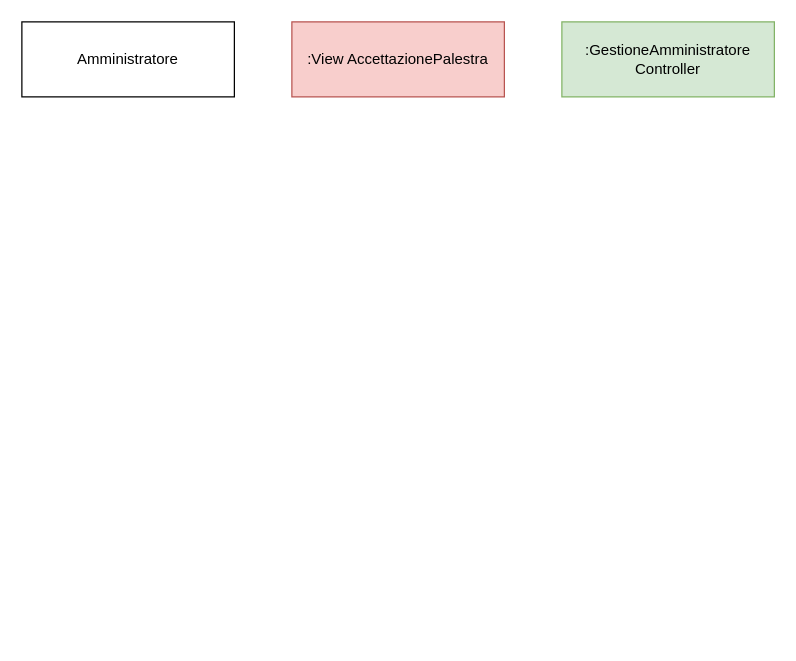
The draw.io diagram Diagrammi_Package/Interazione/Accettazione_Palestra.drawio in JosephBoom02/Progetto_Ingegneria_del_Software, before the edit. Source tidied: cells renumbered, new cells numbered last; positions are measured from the earlier drawing's top-left corner, leaving out a move shared by most shapes. Both pictures are drawn from the tidied source at 125%, with x=0, y=0 at pixel (21, 21).
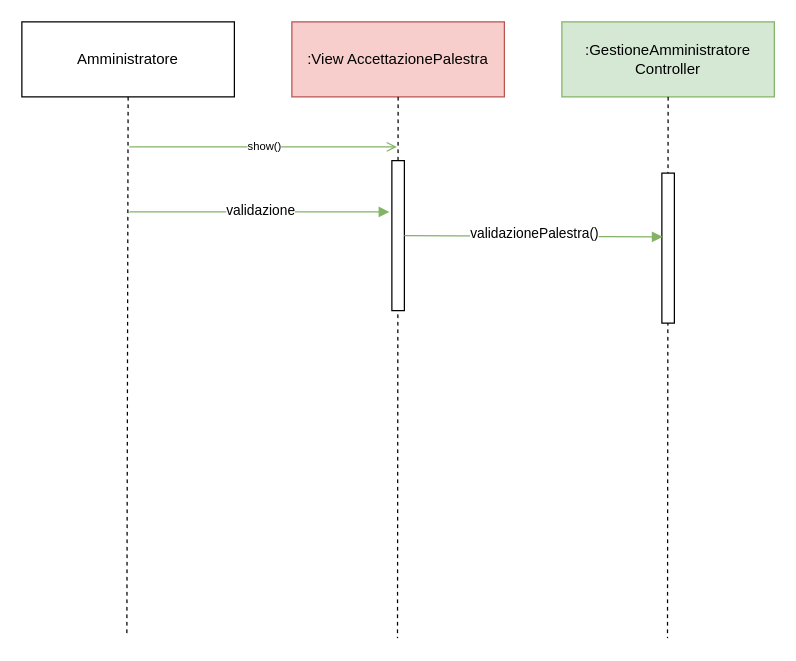
The same page after the edit.

Unchanged cells that the change refers to:
```xml
<mxCell id="2" value=":View AccettazionePalestra" style="rounded=0;whiteSpace=wrap;html=1;fillColor=#f8cecc;strokeColor=#b85450;" parent="1" vertex="1">
  <mxGeometry x="216" width="170" height="60" as="geometry" />
</mxCell>
<mxCell id="3" value="Amministratore" style="rounded=0;whiteSpace=wrap;html=1;" parent="1" vertex="1">
  <mxGeometry width="170" height="60" as="geometry" />
</mxCell>
<mxCell id="4" value=":GestioneAmministratore Controller" style="rounded=0;whiteSpace=wrap;html=1;fillColor=#d5e8d4;strokeColor=#82b366;" parent="1" vertex="1">
  <mxGeometry x="432" width="170" height="60" as="geometry" />
</mxCell>
```

What changed in the source:
```diff
@@
+    <mxCell id="5" style="endArrow=none;dashed=1;html=1;rounded=0;exitX=0.5;exitY=1;exitDx=0;exitDy=0;" parent="1" edge="1" source="3">
+      <mxGeometry relative="1" as="geometry">
+        <mxPoint x="84" y="489" as="targetPoint" />
+      </mxGeometry>
+    </mxCell>
+    <mxCell id="6" style="endArrow=none;dashed=1;html=1;rounded=0;exitX=0.5;exitY=1;exitDx=0;exitDy=0;" parent="1" edge="1" source="2">
+      <mxGeometry relative="1" as="geometry">
+        <mxPoint x="300.5" y="493" as="targetPoint" />
+      </mxGeometry>
+    </mxCell>
+    <mxCell id="7" style="endArrow=none;dashed=1;html=1;rounded=0;exitX=0.5;exitY=1;exitDx=0;exitDy=0;" parent="1" edge="1" source="4">
+      <mxGeometry relative="1" as="geometry">
+        <mxPoint x="516.5" y="493" as="targetPoint" />
+      </mxGeometry>
+    </mxCell>
+    <mxCell id="8" style="endArrow=open;html=1;rounded=0;endFill=0;fillColor=#d5e8d4;strokeColor=#82b366;" parent="1" edge="1">
+      <mxGeometry relative="1" as="geometry">
+        <mxPoint x="86" y="100" as="sourcePoint" />
+        <mxPoint x="300" y="100" as="targetPoint" />
+      </mxGeometry>
+    </mxCell>
+    <mxCell id="9" value="&lt;font style=&quot;font-size: 9px;&quot;&gt;show()&lt;/font&gt;" style="edgeLabel;html=1;align=center;verticalAlign=middle;" parent="8" vertex="1">
+      <mxGeometry y="2" relative="1" as="geometry" />
+    </mxCell>
+    <mxCell id="10" style="rounded=0;whiteSpace=wrap;html=1;rotation=90;" parent="1" vertex="1">
+      <mxGeometry x="241" y="166" width="120" height="10" as="geometry" />
+    </mxCell>
+    <mxCell id="11" style="rounded=0;whiteSpace=wrap;html=1;rotation=90;" parent="1" vertex="1">
+      <mxGeometry x="457" y="176" width="120" height="10" as="geometry" />
+    </mxCell>
+    <mxCell id="12" style="endArrow=block;html=1;rounded=0;endFill=1;fillColor=#d5e8d4;strokeColor=#82b366;" parent="1" edge="1">
+      <mxGeometry relative="1" as="geometry">
+        <mxPoint x="86" y="152" as="sourcePoint" />
+        <mxPoint x="294" y="152" as="targetPoint" />
+      </mxGeometry>
+    </mxCell>
+    <mxCell id="13" value="validazione" style="edgeLabel;html=1;align=center;verticalAlign=middle;" parent="12" vertex="1">
+      <mxGeometry y="2" relative="1" as="geometry" />
+    </mxCell>
+    <mxCell id="14" style="endArrow=block;html=1;rounded=0;endFill=1;fillColor=#d5e8d4;strokeColor=#82b366;exitX=0.5;exitY=0;exitDx=0;exitDy=0;entryX=0.425;entryY=0.943;entryDx=0;entryDy=0;entryPerimeter=0;" parent="1" edge="1" source="10" target="11">
+      <mxGeometry relative="1" as="geometry" />
+    </mxCell>
+    <mxCell id="15" value="validazionePalestra()" style="edgeLabel;html=1;align=center;verticalAlign=middle;" parent="14" vertex="1">
+      <mxGeometry y="2" relative="1" as="geometry">
+        <mxPoint y="-1" as="offset" />
+      </mxGeometry>
+    </mxCell>
```
